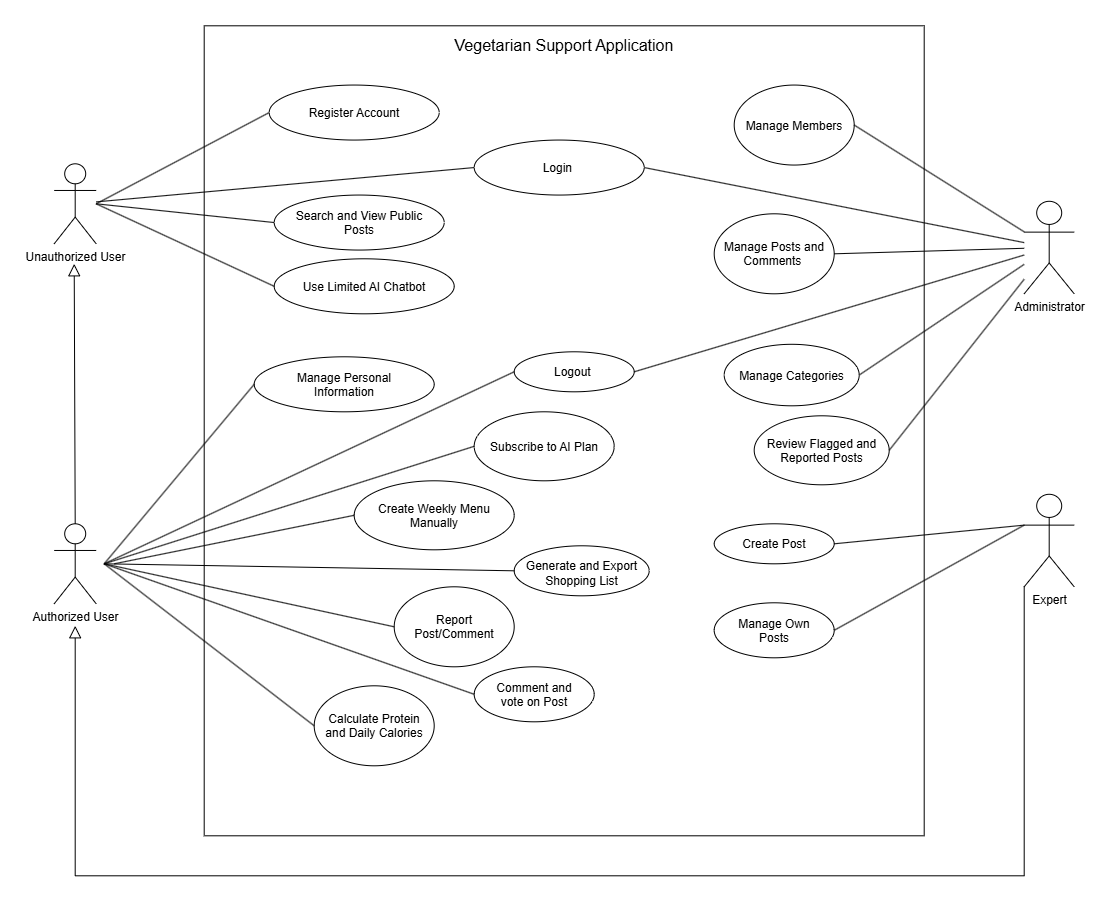
This is docs/diagrams/UseCase/usecase-vegetarian-support-application.drawio.png from NgaiLong49423/vegetarian-support-system, a draw.io export, as it was before one commit. Source tidied: cells renumbered, new cells last; positions are measured from the earlier drawing's top-left corner, leaving out a move shared by most shapes.
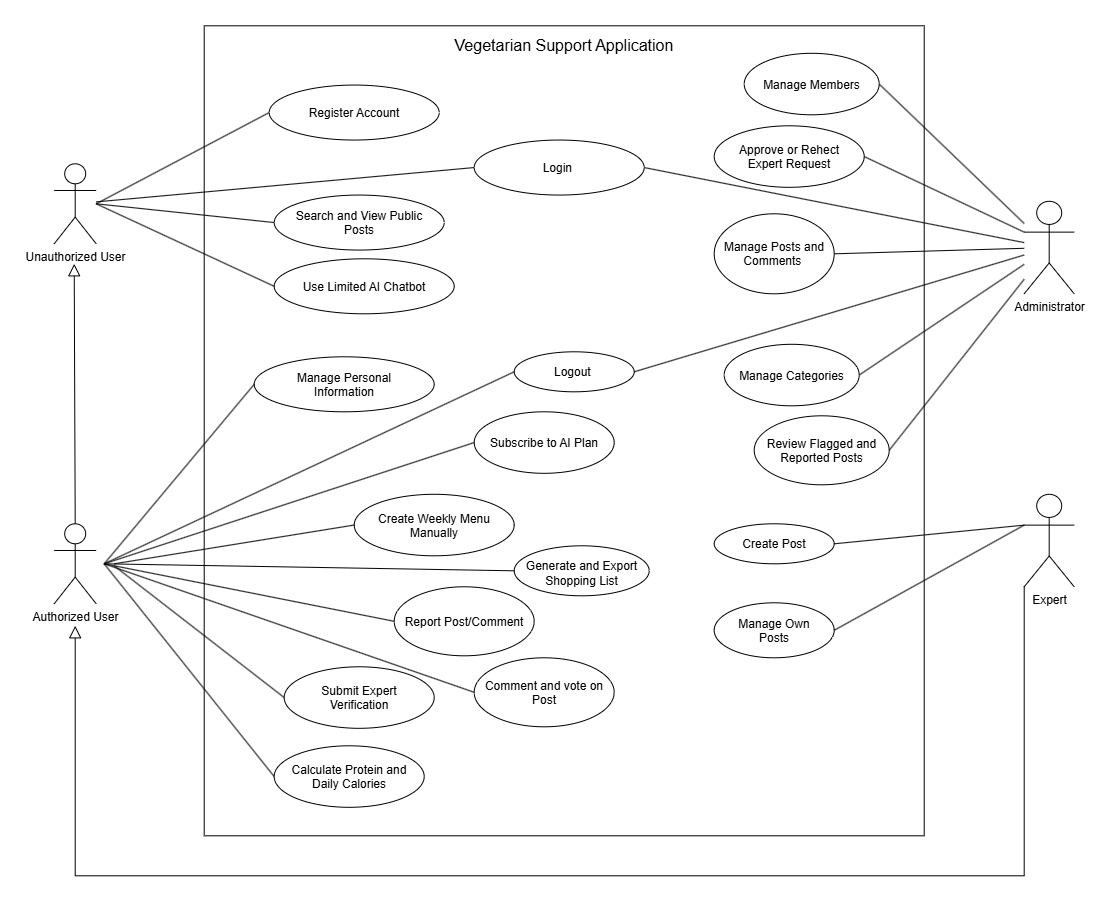
The same diagram one commit later.

Commit message:
chore(diagram): update use case diagram and associated image

Diff of the diagram source:
```diff
@@ -53,7 +53,7 @@
       </mxGeometry>
     </mxCell>
     <mxCell id="16" value="Comment and vote on Post" style="ellipse;whiteSpace=wrap;html=1;shapeInside=1;fontSize=12;" parent="1" vertex="1">
-      <mxGeometry x="420" y="641" width="120" height="55" as="geometry" />
+      <mxGeometry x="420" y="632" width="140" height="69" as="geometry" />
     </mxCell>
     <mxCell id="17" value="Manage Own Posts" style="ellipse;whiteSpace=wrap;html=1;shapeInside=1;fontSize=12;" parent="1" vertex="1">
       <mxGeometry x="660" y="577" width="120" height="55" as="geometry" />
@@ -65,19 +65,19 @@
       <mxGeometry x="460" y="326" width="120" height="40" as="geometry" />
     </mxCell>
     <mxCell id="20" value="Manage Members" style="ellipse;whiteSpace=wrap;html=1;shapeInside=1;fontSize=12;" parent="1" vertex="1">
-      <mxGeometry x="680" y="59.2" width="120" height="80" as="geometry" />
+      <mxGeometry x="690" y="27.5" width="135" height="61.5" as="geometry" />
     </mxCell>
     <mxCell id="21" value="Subscribe to AI Plan" style="ellipse;whiteSpace=wrap;html=1;shapeInside=1;fontSize=12;" parent="1" vertex="1">
-      <mxGeometry x="420" y="386" width="140" height="69" as="geometry" />
+      <mxGeometry x="420" y="386" width="140" height="61.5" as="geometry" />
     </mxCell>
     <mxCell id="22" value="Create Weekly Menu Manually" style="ellipse;whiteSpace=wrap;html=1;shapeInside=1;fontSize=12;" parent="1" vertex="1">
-      <mxGeometry x="300" y="455" width="160" height="69" as="geometry" />
+      <mxGeometry x="300" y="468.5" width="160" height="61.5" as="geometry" />
     </mxCell>
     <mxCell id="23" value="Report Post/Comment" style="ellipse;whiteSpace=wrap;html=1;shapeInside=1;fontSize=12;" parent="1" vertex="1">
-      <mxGeometry x="340" y="561" width="120" height="80" as="geometry" />
+      <mxGeometry x="340" y="561" width="140" height="69" as="geometry" />
     </mxCell>
     <mxCell id="24" value="&lt;div&gt;Calculate Protein and Daily Calories&lt;/div&gt;" style="ellipse;whiteSpace=wrap;html=1;shapeInside=1;fontSize=12;" parent="1" vertex="1">
-      <mxGeometry x="260" y="660" width="120" height="80" as="geometry" />
+      <mxGeometry x="220" y="720" width="150" height="61.5" as="geometry" />
     </mxCell>
     <mxCell id="25" value="Review Flagged and Reported Posts" style="ellipse;whiteSpace=wrap;html=1;shapeInside=1;fontSize=12;" parent="1" vertex="1">
       <mxGeometry x="700" y="390" width="135" height="69" as="geometry" />
@@ -167,5 +167,19 @@
         </Array>
       </mxGeometry>
     </mxCell>
+    <mxCell id="47" value="Submit Expert Verification" style="ellipse;whiteSpace=wrap;html=1;shapeInside=1;" parent="1" vertex="1">
+      <mxGeometry x="230" y="641" width="150" height="61.5" as="geometry" />
+    </mxCell>
+    <mxCell id="48" value="Approve or Rehect Expert Request" style="ellipse;whiteSpace=wrap;html=1;shapeInside=1;fontSize=12;" parent="1" vertex="1">
+      <mxGeometry x="660" y="100" width="150" height="61.5" as="geometry" />
+    </mxCell>
+    <mxCell id="49" style="endArrow=none;html=1;rounded=0;entryX=1;entryY=0.5;entryDx=0;entryDy=0;exitX=0;exitY=0.3333333333333333;exitDx=0;exitDy=0;exitPerimeter=0;" parent="1" edge="1" source="5" target="48">
+      <mxGeometry relative="1" as="geometry" />
+    </mxCell>
+    <mxCell id="50" style="endArrow=none;html=1;rounded=0;exitX=0;exitY=0.5;exitDx=0;exitDy=0;" parent="1" edge="1" source="47">
+      <mxGeometry relative="1" as="geometry">
+        <mxPoint x="60" y="540" as="targetPoint" />
+      </mxGeometry>
+    </mxCell>
   </root>
 </mxGraphModel>
```
